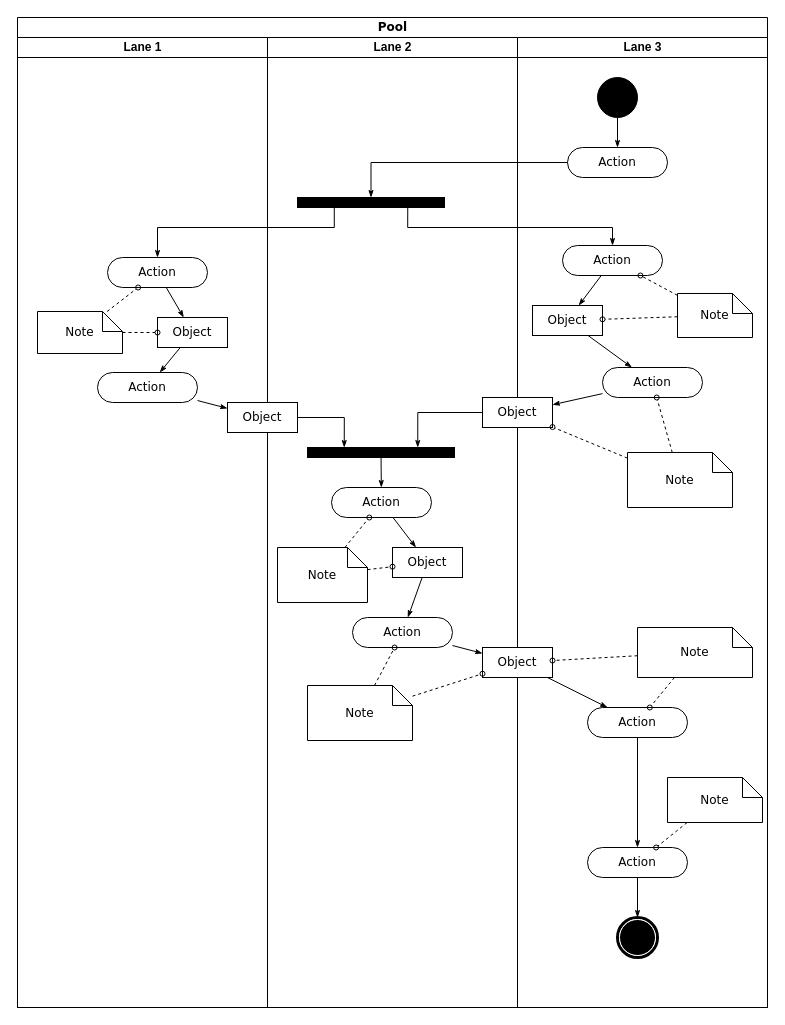
Earlier version of the draw.io diagram todo_reactjs.drawio (BesPredel63/todo_reactjs). Source tidied: cells renumbered, new cells numbered last; positions are measured from the earlier drawing's top-left corner, leaving out a move shared by most shapes. Both pictures are drawn from the tidied source at 100%, with x=0, y=0 at pixel (17, 17).
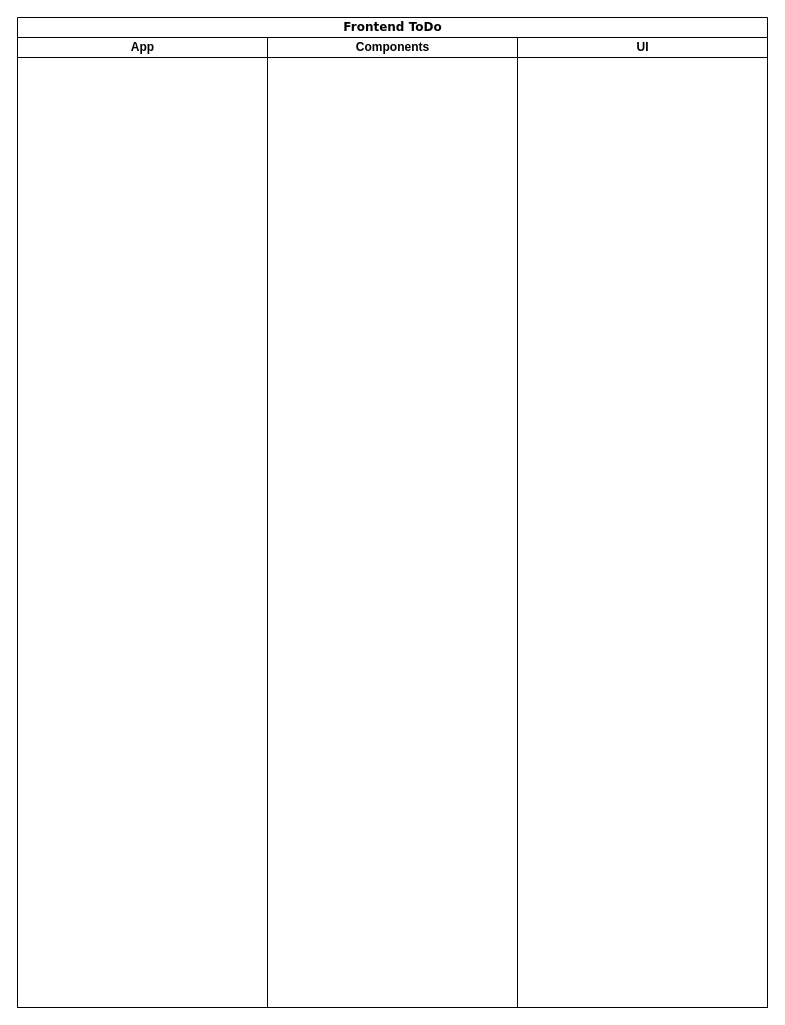
The same page after the edit.

Commit message:
Начало построения диаграммы

Change to the diagram source:
```diff
@@
-    <mxCell id="2" value="Pool" style="swimlane;html=1;startSize=20;rounded=0;shadow=0;comic=0;labelBackgroundColor=none;strokeWidth=1;fontFamily=Verdana;fontSize=12;align=center;" parent="1" vertex="1">
+    <mxCell id="2" value="Frontend ToDo" style="swimlane;html=1;startSize=20;rounded=0;shadow=0;comic=0;labelBackgroundColor=none;strokeWidth=1;fontFamily=Verdana;fontSize=12;align=center;" parent="1" vertex="1">
       <mxGeometry width="750" height="990" as="geometry" />
     </mxCell>
-    <mxCell id="3" value="Lane 1" style="swimlane;html=1;startSize=20;" parent="2" vertex="1">
+    <mxCell id="3" value="App" style="swimlane;html=1;startSize=20;" parent="2" vertex="1">
       <mxGeometry y="20" width="250" height="970" as="geometry" />
     </mxCell>
-    <mxCell id="4" style="edgeStyle=none;rounded=0;html=1;labelBackgroundColor=none;startArrow=none;startFill=0;startSize=5;endArrow=classicThin;endFill=1;endSize=5;jettySize=auto;strokeWidth=1;fontFamily=Verdana;fontSize=12;" parent="3" edge="1" source="5" target="8">
-      <mxGeometry relative="1" as="geometry" />
-    </mxCell>
-    <mxCell id="5" value="Action" style="rounded=1;whiteSpace=wrap;html=1;shadow=0;comic=0;labelBackgroundColor=none;strokeWidth=1;fontFamily=Verdana;fontSize=12;align=center;arcSize=50;" parent="3" vertex="1">
-      <mxGeometry x="90" y="220" width="100" height="30" as="geometry" />
-    </mxCell>
-    <mxCell id="6" value="Action" style="rounded=1;whiteSpace=wrap;html=1;shadow=0;comic=0;labelBackgroundColor=none;strokeWidth=1;fontFamily=Verdana;fontSize=12;align=center;arcSize=50;" parent="3" vertex="1">
-      <mxGeometry x="80" y="335" width="100" height="30" as="geometry" />
-    </mxCell>
-    <mxCell id="7" style="edgeStyle=none;rounded=0;html=1;labelBackgroundColor=none;startArrow=none;startFill=0;startSize=5;endArrow=classicThin;endFill=1;endSize=5;jettySize=auto;strokeWidth=1;fontFamily=Verdana;fontSize=12;" parent="3" edge="1" source="8" target="6">
-      <mxGeometry relative="1" as="geometry" />
-    </mxCell>
-    <mxCell id="8" value="Object" style="rounded=0;whiteSpace=wrap;html=1;shadow=0;comic=0;labelBackgroundColor=none;strokeWidth=1;fontFamily=Verdana;fontSize=12;align=center;arcSize=50;" parent="3" vertex="1">
-      <mxGeometry x="140" y="280" width="70" height="30" as="geometry" />
-    </mxCell>
-    <mxCell id="9" style="edgeStyle=none;rounded=0;html=1;labelBackgroundColor=none;startArrow=none;startFill=0;startSize=5;endArrow=oval;endFill=0;endSize=5;jettySize=auto;strokeWidth=1;fontFamily=Verdana;fontSize=12;dashed=1;" parent="3" edge="1" source="11" target="5">
-      <mxGeometry relative="1" as="geometry" />
-    </mxCell>
-    <mxCell id="10" style="edgeStyle=none;rounded=0;html=1;dashed=1;labelBackgroundColor=none;startArrow=none;startFill=0;startSize=5;endArrow=oval;endFill=0;endSize=5;jettySize=auto;strokeWidth=1;fontFamily=Verdana;fontSize=12;" parent="3" edge="1" source="11" target="8">
-      <mxGeometry relative="1" as="geometry" />
-    </mxCell>
-    <mxCell id="11" value="Note" style="shape=note;whiteSpace=wrap;html=1;rounded=0;shadow=0;comic=0;labelBackgroundColor=none;strokeWidth=1;fontFamily=Verdana;fontSize=12;align=center;size=20;" parent="3" vertex="1">
-      <mxGeometry x="20" y="274" width="85" height="42" as="geometry" />
-    </mxCell>
-    <mxCell id="12" value="Lane 2" style="swimlane;html=1;startSize=20;" parent="2" vertex="1">
+    <mxCell id="12" value="Components" style="swimlane;html=1;startSize=20;" parent="2" vertex="1">
       <mxGeometry x="250" y="20" width="250" height="970" as="geometry" />
     </mxCell>
-    <mxCell id="13" style="whiteSpace=wrap;html=1;rounded=0;shadow=0;comic=0;labelBackgroundColor=none;strokeWidth=1;fillColor=#000000;fontFamily=Verdana;fontSize=12;align=center;rotation=0;" parent="12" vertex="1">
-      <mxGeometry x="30" y="160" width="147" height="10" as="geometry" />
-    </mxCell>
-    <mxCell id="14" style="edgeStyle=none;rounded=0;html=1;labelBackgroundColor=none;startArrow=none;startFill=0;startSize=5;endArrow=classicThin;endFill=1;endSize=5;jettySize=auto;strokeWidth=1;fontFamily=Verdana;fontSize=12;" parent="12" edge="1" source="15" target="21">
-      <mxGeometry relative="1" as="geometry" />
-    </mxCell>
-    <mxCell id="15" value="Action" style="rounded=1;whiteSpace=wrap;html=1;shadow=0;comic=0;labelBackgroundColor=none;strokeWidth=1;fontFamily=Verdana;fontSize=12;align=center;arcSize=50;" parent="12" vertex="1">
-      <mxGeometry x="64" y="450" width="100" height="30" as="geometry" />
-    </mxCell>
-    <mxCell id="16" style="edgeStyle=none;rounded=0;html=1;labelBackgroundColor=none;startArrow=none;startFill=0;startSize=5;endArrow=classicThin;endFill=1;endSize=5;jettySize=auto;strokeWidth=1;fontFamily=Verdana;fontSize=12;" parent="12" edge="1" source="17" target="15">
-      <mxGeometry relative="1" as="geometry" />
-    </mxCell>
-    <mxCell id="17" style="whiteSpace=wrap;html=1;rounded=0;shadow=0;comic=0;labelBackgroundColor=none;strokeWidth=1;fillColor=#000000;fontFamily=Verdana;fontSize=12;align=center;rotation=0;" parent="12" vertex="1">
-      <mxGeometry x="40" y="410" width="147" height="10" as="geometry" />
-    </mxCell>
-    <mxCell id="18" style="edgeStyle=orthogonalEdgeStyle;rounded=0;html=1;entryX=0.25;entryY=0;labelBackgroundColor=none;startArrow=none;startFill=0;startSize=5;endArrow=classicThin;endFill=1;endSize=5;jettySize=auto;strokeWidth=1;fontFamily=Verdana;fontSize=12;" parent="12" edge="1" source="19" target="17">
-      <mxGeometry relative="1" as="geometry" />
-    </mxCell>
-    <mxCell id="19" value="Object" style="rounded=0;whiteSpace=wrap;html=1;shadow=0;comic=0;labelBackgroundColor=none;strokeWidth=1;fontFamily=Verdana;fontSize=12;align=center;arcSize=50;" parent="12" vertex="1">
-      <mxGeometry x="-40" y="365" width="70" height="30" as="geometry" />
-    </mxCell>
-    <mxCell id="20" style="edgeStyle=none;rounded=0;html=1;labelBackgroundColor=none;startArrow=none;startFill=0;startSize=5;endArrow=classicThin;endFill=1;endSize=5;jettySize=auto;strokeWidth=1;fontFamily=Verdana;fontSize=12;" parent="12" edge="1" source="21" target="22">
-      <mxGeometry relative="1" as="geometry" />
-    </mxCell>
-    <mxCell id="21" value="Object" style="rounded=0;whiteSpace=wrap;html=1;shadow=0;comic=0;labelBackgroundColor=none;strokeWidth=1;fontFamily=Verdana;fontSize=12;align=center;arcSize=50;" parent="12" vertex="1">
-      <mxGeometry x="125" y="510" width="70" height="30" as="geometry" />
-    </mxCell>
-    <mxCell id="22" value="Action" style="rounded=1;whiteSpace=wrap;html=1;shadow=0;comic=0;labelBackgroundColor=none;strokeWidth=1;fontFamily=Verdana;fontSize=12;align=center;arcSize=50;" parent="12" vertex="1">
-      <mxGeometry x="85" y="580" width="100" height="30" as="geometry" />
-    </mxCell>
-    <mxCell id="23" style="edgeStyle=none;rounded=0;html=1;dashed=1;labelBackgroundColor=none;startArrow=none;startFill=0;startSize=5;endArrow=oval;endFill=0;endSize=5;jettySize=auto;strokeWidth=1;fontFamily=Verdana;fontSize=12;" parent="12" edge="1" source="25" target="15">
-      <mxGeometry relative="1" as="geometry" />
-    </mxCell>
-    <mxCell id="24" style="edgeStyle=none;rounded=0;html=1;dashed=1;labelBackgroundColor=none;startArrow=none;startFill=0;startSize=5;endArrow=oval;endFill=0;endSize=5;jettySize=auto;strokeWidth=1;fontFamily=Verdana;fontSize=12;" parent="12" edge="1" source="25" target="21">
-      <mxGeometry relative="1" as="geometry" />
-    </mxCell>
-    <mxCell id="25" value="Note" style="shape=note;whiteSpace=wrap;html=1;rounded=0;shadow=0;comic=0;labelBackgroundColor=none;strokeWidth=1;fontFamily=Verdana;fontSize=12;align=center;size=20;" parent="12" vertex="1">
-      <mxGeometry x="10" y="510" width="90" height="55" as="geometry" />
-    </mxCell>
-    <mxCell id="26" style="edgeStyle=none;rounded=0;html=1;dashed=1;labelBackgroundColor=none;startArrow=none;startFill=0;startSize=5;endArrow=oval;endFill=0;endSize=5;jettySize=auto;strokeWidth=1;fontFamily=Verdana;fontSize=12;" parent="12" edge="1" source="27" target="22">
-      <mxGeometry relative="1" as="geometry" />
-    </mxCell>
-    <mxCell id="27" value="Note" style="shape=note;whiteSpace=wrap;html=1;rounded=0;shadow=0;comic=0;labelBackgroundColor=none;strokeWidth=1;fontFamily=Verdana;fontSize=12;align=center;size=20;" parent="12" vertex="1">
-      <mxGeometry x="40" y="648" width="105" height="55" as="geometry" />
-    </mxCell>
-    <mxCell id="28" value="Lane 3" style="swimlane;html=1;startSize=20;" parent="2" vertex="1">
+    <mxCell id="28" value="UI" style="swimlane;html=1;startSize=20;" parent="2" vertex="1">
       <mxGeometry x="500" y="20" width="250" height="970" as="geometry" />
     </mxCell>
-    <mxCell id="29" style="edgeStyle=orthogonalEdgeStyle;rounded=0;html=1;labelBackgroundColor=none;startArrow=none;startFill=0;startSize=5;endArrow=classicThin;endFill=1;endSize=5;jettySize=auto;strokeWidth=1;fontFamily=Verdana;fontSize=12;" parent="28" edge="1" source="30" target="31">
-      <mxGeometry relative="1" as="geometry" />
-    </mxCell>
-    <mxCell id="30" style="ellipse;whiteSpace=wrap;html=1;rounded=0;shadow=0;comic=0;labelBackgroundColor=none;strokeWidth=1;fillColor=#000000;fontFamily=Verdana;fontSize=12;align=center;" parent="28" vertex="1">
-      <mxGeometry x="80" y="40" width="40" height="40" as="geometry" />
-    </mxCell>
-    <mxCell id="31" value="Action" style="rounded=1;whiteSpace=wrap;html=1;shadow=0;comic=0;labelBackgroundColor=none;strokeWidth=1;fontFamily=Verdana;fontSize=12;align=center;arcSize=50;" parent="28" vertex="1">
-      <mxGeometry x="50" y="110" width="100" height="30" as="geometry" />
-    </mxCell>
-    <mxCell id="32" style="rounded=0;html=1;labelBackgroundColor=none;startArrow=none;startFill=0;startSize=5;endArrow=classicThin;endFill=1;endSize=5;jettySize=auto;strokeWidth=1;fontFamily=Verdana;fontSize=12;" parent="28" edge="1" source="33" target="37">
-      <mxGeometry relative="1" as="geometry" />
-    </mxCell>
-    <mxCell id="33" value="Action" style="rounded=1;whiteSpace=wrap;html=1;shadow=0;comic=0;labelBackgroundColor=none;strokeWidth=1;fontFamily=Verdana;fontSize=12;align=center;arcSize=50;" parent="28" vertex="1">
-      <mxGeometry x="45" y="208" width="100" height="30" as="geometry" />
-    </mxCell>
-    <mxCell id="34" style="edgeStyle=none;rounded=0;html=1;labelBackgroundColor=none;startArrow=none;startFill=0;startSize=5;endArrow=classicThin;endFill=1;endSize=5;jettySize=auto;strokeWidth=1;fontFamily=Verdana;fontSize=12;" parent="28" edge="1" source="35" target="38">
-      <mxGeometry relative="1" as="geometry" />
-    </mxCell>
-    <mxCell id="35" value="Action" style="rounded=1;whiteSpace=wrap;html=1;shadow=0;comic=0;labelBackgroundColor=none;strokeWidth=1;fontFamily=Verdana;fontSize=12;align=center;arcSize=50;" parent="28" vertex="1">
-      <mxGeometry x="85" y="330" width="100" height="30" as="geometry" />
-    </mxCell>
-    <mxCell id="36" style="edgeStyle=none;rounded=0;html=1;labelBackgroundColor=none;startArrow=none;startFill=0;startSize=5;endArrow=classicThin;endFill=1;endSize=5;jettySize=auto;strokeWidth=1;fontFamily=Verdana;fontSize=12;" parent="28" edge="1" source="37" target="35">
-      <mxGeometry relative="1" as="geometry" />
-    </mxCell>
-    <mxCell id="37" value="Object" style="rounded=0;whiteSpace=wrap;html=1;shadow=0;comic=0;labelBackgroundColor=none;strokeWidth=1;fontFamily=Verdana;fontSize=12;align=center;arcSize=50;" parent="28" vertex="1">
-      <mxGeometry x="15" y="268" width="70" height="30" as="geometry" />
-    </mxCell>
-    <mxCell id="38" value="Object" style="rounded=0;whiteSpace=wrap;html=1;shadow=0;comic=0;labelBackgroundColor=none;strokeWidth=1;fontFamily=Verdana;fontSize=12;align=center;arcSize=50;" parent="28" vertex="1">
-      <mxGeometry x="-35" y="360" width="70" height="30" as="geometry" />
-    </mxCell>
-    <mxCell id="39" style="edgeStyle=none;rounded=0;html=1;labelBackgroundColor=none;startArrow=none;startFill=0;startSize=5;endArrow=classicThin;endFill=1;endSize=5;jettySize=auto;strokeWidth=1;fontFamily=Verdana;fontSize=12;" parent="28" edge="1" source="40" target="42">
-      <mxGeometry relative="1" as="geometry" />
-    </mxCell>
-    <mxCell id="40" value="Object" style="rounded=0;whiteSpace=wrap;html=1;shadow=0;comic=0;labelBackgroundColor=none;strokeWidth=1;fontFamily=Verdana;fontSize=12;align=center;arcSize=50;" parent="28" vertex="1">
-      <mxGeometry x="-35" y="610" width="70" height="30" as="geometry" />
-    </mxCell>
-    <mxCell id="41" style="edgeStyle=none;rounded=0;html=1;labelBackgroundColor=none;startArrow=none;startFill=0;startSize=5;endArrow=classicThin;endFill=1;endSize=5;jettySize=auto;strokeWidth=1;fontFamily=Verdana;fontSize=12;" parent="28" edge="1" source="42" target="44">
-      <mxGeometry relative="1" as="geometry" />
-    </mxCell>
-    <mxCell id="42" value="Action" style="rounded=1;whiteSpace=wrap;html=1;shadow=0;comic=0;labelBackgroundColor=none;strokeWidth=1;fontFamily=Verdana;fontSize=12;align=center;arcSize=50;" parent="28" vertex="1">
-      <mxGeometry x="70" y="670" width="100" height="30" as="geometry" />
-    </mxCell>
-    <mxCell id="43" style="edgeStyle=none;rounded=0;html=1;labelBackgroundColor=none;startArrow=none;startFill=0;startSize=5;endArrow=classicThin;endFill=1;endSize=5;jettySize=auto;strokeWidth=1;fontFamily=Verdana;fontSize=12;" parent="28" edge="1" source="44" target="45">
-      <mxGeometry relative="1" as="geometry" />
-    </mxCell>
-    <mxCell id="44" value="Action" style="rounded=1;whiteSpace=wrap;html=1;shadow=0;comic=0;labelBackgroundColor=none;strokeWidth=1;fontFamily=Verdana;fontSize=12;align=center;arcSize=50;" parent="28" vertex="1">
-      <mxGeometry x="70" y="810" width="100" height="30" as="geometry" />
-    </mxCell>
-    <mxCell id="45" style="shape=mxgraph.bpmn.shape;html=1;verticalLabelPosition=bottom;labelBackgroundColor=#ffffff;verticalAlign=top;perimeter=ellipsePerimeter;outline=end;symbol=terminate;rounded=0;shadow=0;comic=0;strokeWidth=1;fontFamily=Verdana;fontSize=12;align=center;" parent="28" vertex="1">
-      <mxGeometry x="100" y="880" width="40" height="40" as="geometry" />
-    </mxCell>
-    <mxCell id="46" style="edgeStyle=none;rounded=0;html=1;dashed=1;labelBackgroundColor=none;startArrow=none;startFill=0;startSize=5;endArrow=oval;endFill=0;endSize=5;jettySize=auto;strokeWidth=1;fontFamily=Verdana;fontSize=12;" parent="28" edge="1" source="48" target="33">
-      <mxGeometry relative="1" as="geometry" />
-    </mxCell>
-    <mxCell id="47" style="edgeStyle=none;rounded=0;html=1;dashed=1;labelBackgroundColor=none;startArrow=none;startFill=0;startSize=5;endArrow=oval;endFill=0;endSize=5;jettySize=auto;strokeWidth=1;fontFamily=Verdana;fontSize=12;" parent="28" edge="1" source="48" target="37">
-      <mxGeometry relative="1" as="geometry" />
-    </mxCell>
-    <mxCell id="48" value="Note" style="shape=note;whiteSpace=wrap;html=1;rounded=0;shadow=0;comic=0;labelBackgroundColor=none;strokeWidth=1;fontFamily=Verdana;fontSize=12;align=center;size=20;" parent="28" vertex="1">
-      <mxGeometry x="160" y="256" width="75" height="44" as="geometry" />
-    </mxCell>
-    <mxCell id="49" style="edgeStyle=none;rounded=0;html=1;dashed=1;labelBackgroundColor=none;startArrow=none;startFill=0;startSize=5;endArrow=oval;endFill=0;endSize=5;jettySize=auto;strokeWidth=1;fontFamily=Verdana;fontSize=12;" parent="28" edge="1" source="51" target="35">
-      <mxGeometry relative="1" as="geometry" />
-    </mxCell>
-    <mxCell id="50" style="edgeStyle=none;rounded=0;html=1;dashed=1;labelBackgroundColor=none;startArrow=none;startFill=0;startSize=5;endArrow=oval;endFill=0;endSize=5;jettySize=auto;strokeWidth=1;fontFamily=Verdana;fontSize=12;" parent="28" edge="1" source="51" target="38">
-      <mxGeometry relative="1" as="geometry" />
-    </mxCell>
-    <mxCell id="51" value="Note" style="shape=note;whiteSpace=wrap;html=1;rounded=0;shadow=0;comic=0;labelBackgroundColor=none;strokeWidth=1;fontFamily=Verdana;fontSize=12;align=center;size=20;" parent="28" vertex="1">
-      <mxGeometry x="110" y="415" width="105" height="55" as="geometry" />
-    </mxCell>
-    <mxCell id="52" style="edgeStyle=none;rounded=0;html=1;dashed=1;labelBackgroundColor=none;startArrow=none;startFill=0;startSize=5;endArrow=oval;endFill=0;endSize=5;jettySize=auto;strokeWidth=1;fontFamily=Verdana;fontSize=12;" parent="28" edge="1" source="54" target="42">
-      <mxGeometry relative="1" as="geometry" />
-    </mxCell>
-    <mxCell id="53" style="edgeStyle=none;rounded=0;html=1;dashed=1;labelBackgroundColor=none;startArrow=none;startFill=0;startSize=5;endArrow=oval;endFill=0;endSize=5;jettySize=auto;strokeWidth=1;fontFamily=Verdana;fontSize=12;" parent="28" edge="1" source="54" target="40">
-      <mxGeometry relative="1" as="geometry" />
-    </mxCell>
-    <mxCell id="54" value="Note" style="shape=note;whiteSpace=wrap;html=1;rounded=0;shadow=0;comic=0;labelBackgroundColor=none;strokeWidth=1;fontFamily=Verdana;fontSize=12;align=center;size=20;" parent="28" vertex="1">
-      <mxGeometry x="120" y="590" width="115" height="50" as="geometry" />
-    </mxCell>
-    <mxCell id="55" style="edgeStyle=none;rounded=0;html=1;dashed=1;labelBackgroundColor=none;startArrow=none;startFill=0;startSize=5;endArrow=oval;endFill=0;endSize=5;jettySize=auto;strokeWidth=1;fontFamily=Verdana;fontSize=12;" parent="28" edge="1" source="56" target="44">
-      <mxGeometry relative="1" as="geometry" />
-    </mxCell>
-    <mxCell id="56" value="Note" style="shape=note;whiteSpace=wrap;html=1;rounded=0;shadow=0;comic=0;labelBackgroundColor=none;strokeWidth=1;fontFamily=Verdana;fontSize=12;align=center;size=20;" parent="28" vertex="1">
-      <mxGeometry x="150" y="740" width="95" height="45" as="geometry" />
-    </mxCell>
-    <mxCell id="57" style="edgeStyle=orthogonalEdgeStyle;rounded=0;html=1;entryX=0.5;entryY=0;labelBackgroundColor=none;startArrow=none;startFill=0;startSize=5;endArrow=classicThin;endFill=1;endSize=5;jettySize=auto;strokeWidth=1;fontFamily=Verdana;fontSize=12;" parent="2" edge="1" source="31" target="13">
-      <mxGeometry relative="1" as="geometry">
-        <Array as="points">
-          <mxPoint x="354" y="145" />
-        </Array>
-      </mxGeometry>
-    </mxCell>
-    <mxCell id="58" style="edgeStyle=orthogonalEdgeStyle;rounded=0;html=1;exitX=0.75;exitY=1;labelBackgroundColor=none;startArrow=none;startFill=0;startSize=5;endArrow=classicThin;endFill=1;endSize=5;jettySize=auto;strokeWidth=1;fontFamily=Verdana;fontSize=12;" parent="2" edge="1" source="13" target="33">
-      <mxGeometry relative="1" as="geometry">
-        <Array as="points">
-          <mxPoint x="390" y="210" />
-          <mxPoint x="595" y="210" />
-        </Array>
-      </mxGeometry>
-    </mxCell>
-    <mxCell id="59" style="edgeStyle=orthogonalEdgeStyle;rounded=0;html=1;exitX=0.25;exitY=1;entryX=0.5;entryY=0;labelBackgroundColor=none;startArrow=none;startFill=0;startSize=5;endArrow=classicThin;endFill=1;endSize=5;jettySize=auto;strokeWidth=1;fontFamily=Verdana;fontSize=12;" parent="2" edge="1" source="13" target="5">
-      <mxGeometry relative="1" as="geometry">
-        <Array as="points">
-          <mxPoint x="317" y="210" />
-          <mxPoint x="140" y="210" />
-        </Array>
-      </mxGeometry>
-    </mxCell>
-    <mxCell id="60" style="edgeStyle=orthogonalEdgeStyle;rounded=0;html=1;entryX=0.75;entryY=0;labelBackgroundColor=none;startArrow=none;startFill=0;startSize=5;endArrow=classicThin;endFill=1;endSize=5;jettySize=auto;strokeWidth=1;fontFamily=Verdana;fontSize=12;" parent="2" edge="1" source="38" target="17">
-      <mxGeometry relative="1" as="geometry" />
-    </mxCell>
-    <mxCell id="61" style="edgeStyle=none;rounded=0;html=1;labelBackgroundColor=none;startArrow=none;startFill=0;startSize=5;endArrow=classicThin;endFill=1;endSize=5;jettySize=auto;strokeWidth=1;fontFamily=Verdana;fontSize=12;" parent="2" edge="1" source="6" target="19">
-      <mxGeometry relative="1" as="geometry" />
-    </mxCell>
-    <mxCell id="62" style="edgeStyle=none;rounded=0;html=1;labelBackgroundColor=none;startArrow=none;startFill=0;startSize=5;endArrow=classicThin;endFill=1;endSize=5;jettySize=auto;strokeWidth=1;fontFamily=Verdana;fontSize=12;" parent="2" edge="1" source="22" target="40">
-      <mxGeometry relative="1" as="geometry" />
-    </mxCell>
-    <mxCell id="63" style="edgeStyle=none;rounded=0;html=1;dashed=1;labelBackgroundColor=none;startArrow=none;startFill=0;startSize=5;endArrow=oval;endFill=0;endSize=5;jettySize=auto;strokeWidth=1;fontFamily=Verdana;fontSize=12;" parent="2" edge="1" source="27" target="40">
-      <mxGeometry relative="1" as="geometry" />
-    </mxCell>
```
